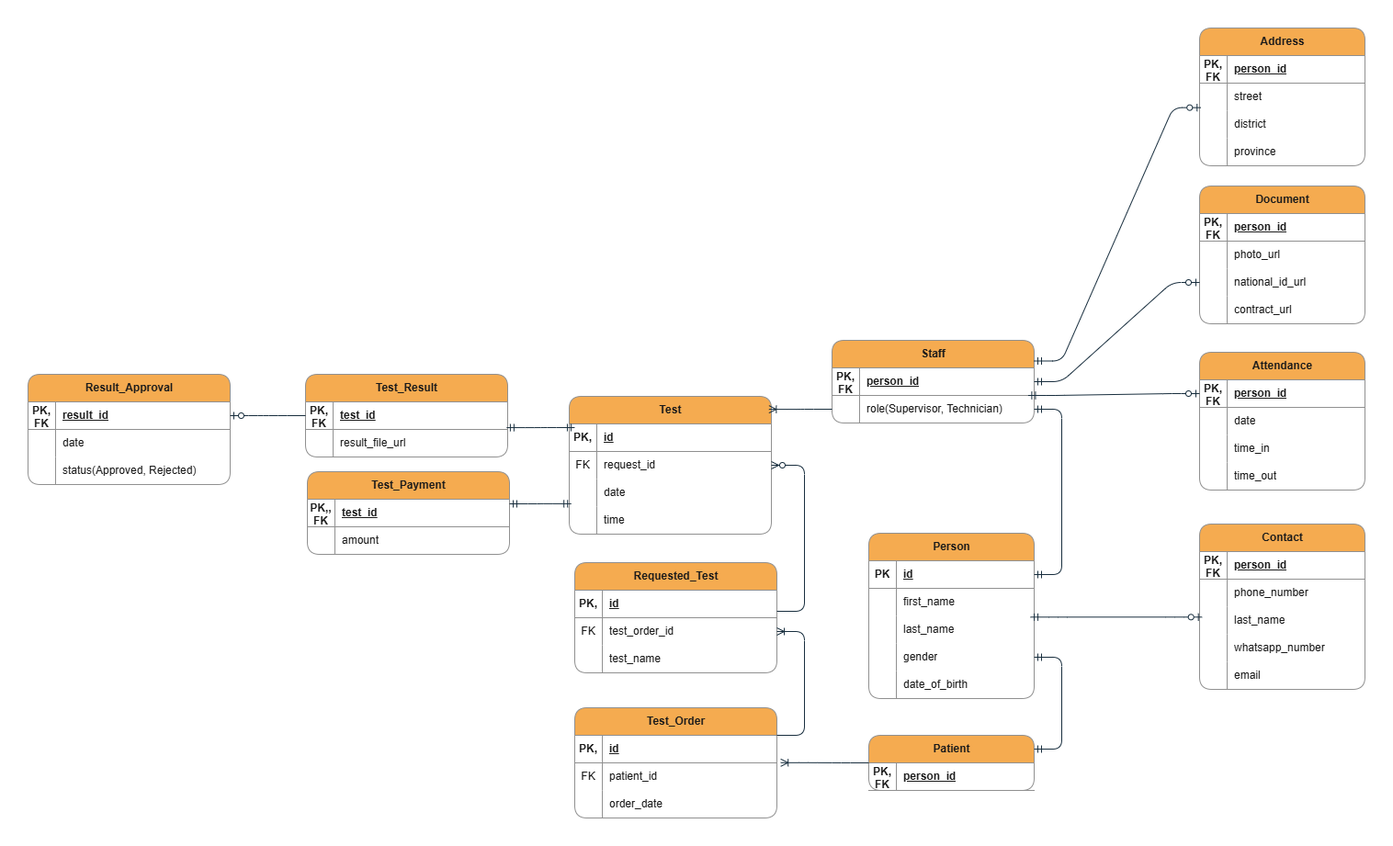
Before: Medical Laboratory Database/ERD_Files/ERD_Image.png, a diagram exported from draw.io (reza720/database-projects-collection). Source tidied: cells renumbered, new cells last; positions are measured from the earlier drawing's top-left corner, leaving out a move shared by most shapes.
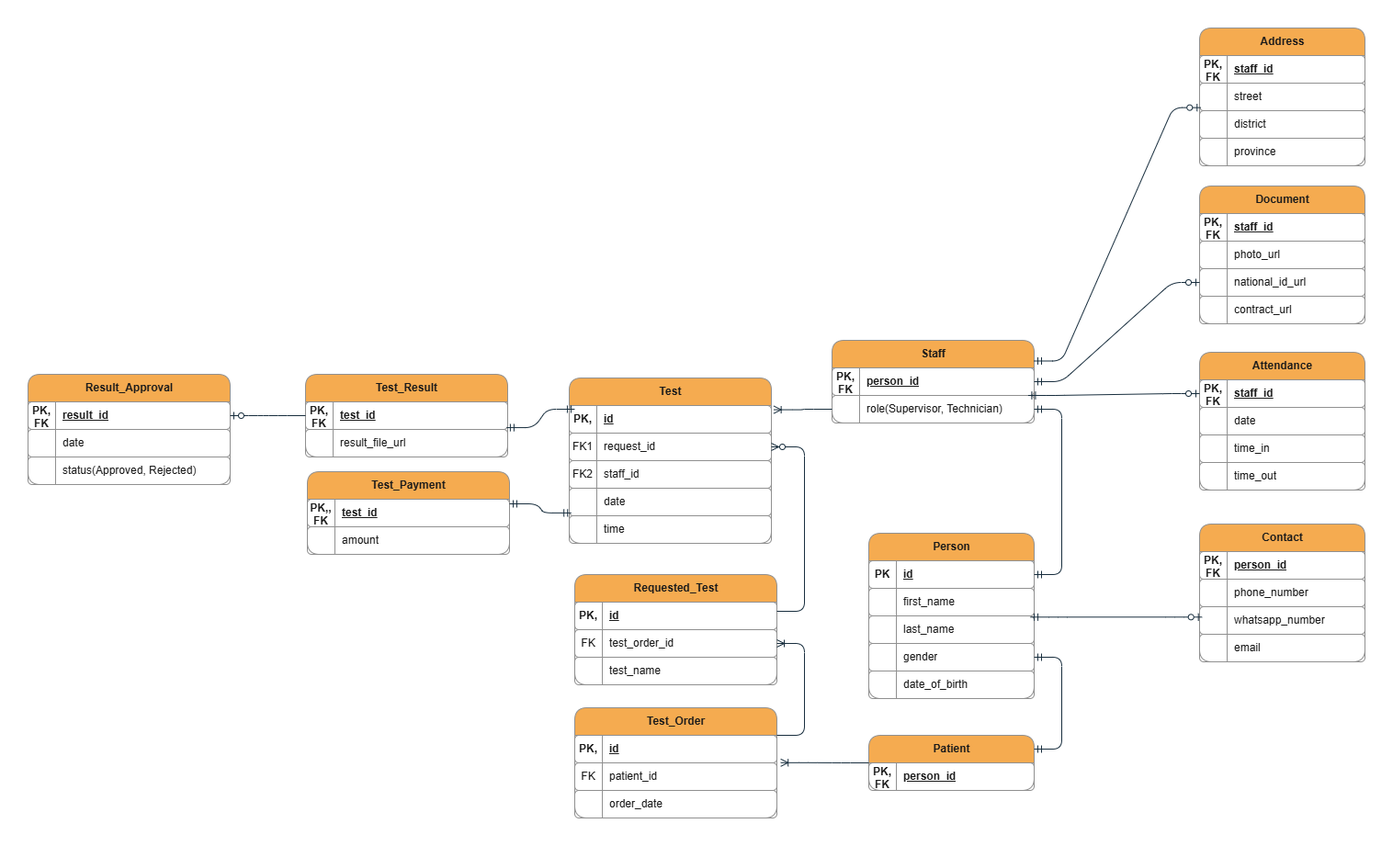
Above is the later version.

Commit message:
script folder added and ERD image updated

Change to the diagram source:
```diff
@@ -51,7 +51,7 @@
       <mxGeometry x="30" width="150" height="30" as="geometry" />
     </mxCell>
     <mxCell id="18" value="Contact" style="shape=table;startSize=30;rowLines=0;fontStyle=1;align=center;html=1;rounded=1;labelBackgroundColor=none;fillColor=#F5AB50;strokeColor=#909090;fontColor=#1A1A1A;" parent="1" vertex="1">
-      <mxGeometry x="1275" y="540" width="180" height="180" as="geometry" />
+      <mxGeometry x="1275" y="540" width="180" height="150" as="geometry" />
     </mxCell>
     <mxCell id="19" style="shape=tableRow;horizontal=0;startSize=0;swimlaneHead=0;swimlaneBody=0;fillColor=none;top=0;left=0;right=0;bottom=1;rounded=1;labelBackgroundColor=none;strokeColor=#909090;fontColor=#1A1A1A;" parent="18" vertex="1">
       <mxGeometry y="30" width="180" height="30" as="geometry" />
@@ -71,17 +71,8 @@
     <mxCell id="24" value="phone_number" style="shape=partialRectangle;fillColor=none;top=0;left=0;bottom=0;right=0;align=left;spacingLeft=6;overflow=hidden;whiteSpace=wrap;html=1;rounded=1;labelBackgroundColor=none;strokeColor=#909090;fontColor=#1A1A1A;" parent="22" vertex="1">
       <mxGeometry x="30" width="150" height="30" as="geometry" />
     </mxCell>
-    <mxCell id="25" style="shape=tableRow;horizontal=0;startSize=0;swimlaneHead=0;swimlaneBody=0;fillColor=none;points=[[0,0.5],[1,0.5]];portConstraint=eastwest;top=0;left=0;right=0;bottom=0;rounded=1;labelBackgroundColor=none;strokeColor=#909090;fontColor=#1A1A1A;" parent="18" vertex="1">
-      <mxGeometry y="90" width="180" height="30" as="geometry" />
-    </mxCell>
-    <mxCell id="26" style="shape=partialRectangle;fillColor=none;top=0;left=0;bottom=0;right=0;overflow=hidden;whiteSpace=wrap;html=1;rounded=1;labelBackgroundColor=none;strokeColor=#909090;fontColor=#1A1A1A;" parent="25" vertex="1">
-      <mxGeometry width="30" height="30" as="geometry" />
-    </mxCell>
-    <mxCell id="27" value="last_name" style="shape=partialRectangle;fillColor=none;top=0;left=0;bottom=0;right=0;align=left;spacingLeft=6;overflow=hidden;whiteSpace=wrap;html=1;rounded=1;labelBackgroundColor=none;strokeColor=#909090;fontColor=#1A1A1A;" parent="25" vertex="1">
-      <mxGeometry x="30" width="150" height="30" as="geometry" />
-    </mxCell>
     <mxCell id="28" style="shape=tableRow;horizontal=0;startSize=0;swimlaneHead=0;swimlaneBody=0;fillColor=none;top=0;left=0;right=0;bottom=0;rounded=1;labelBackgroundColor=none;strokeColor=#909090;fontColor=#1A1A1A;" parent="18" vertex="1">
-      <mxGeometry y="120" width="180" height="30" as="geometry" />
+      <mxGeometry y="90" width="180" height="30" as="geometry" />
     </mxCell>
     <mxCell id="29" style="shape=partialRectangle;fillColor=none;top=0;left=0;bottom=0;right=0;overflow=hidden;whiteSpace=wrap;html=1;rounded=1;labelBackgroundColor=none;strokeColor=#909090;fontColor=#1A1A1A;" parent="28" vertex="1">
       <mxGeometry width="30" height="30" as="geometry" />
@@ -90,7 +81,7 @@
       <mxGeometry x="30" width="150" height="30" as="geometry" />
     </mxCell>
     <mxCell id="31" style="shape=tableRow;horizontal=0;startSize=0;swimlaneHead=0;swimlaneBody=0;fillColor=none;top=0;left=0;right=0;bottom=0;rounded=1;labelBackgroundColor=none;strokeColor=#909090;fontColor=#1A1A1A;" parent="18" vertex="1">
-      <mxGeometry y="150" width="180" height="30" as="geometry" />
+      <mxGeometry y="120" width="180" height="30" as="geometry" />
     </mxCell>
     <mxCell id="32" style="shape=partialRectangle;fillColor=none;top=0;left=0;bottom=0;right=0;overflow=hidden;whiteSpace=wrap;html=1;rounded=1;labelBackgroundColor=none;strokeColor=#909090;fontColor=#1A1A1A;" parent="31" vertex="1">
       <mxGeometry width="30" height="30" as="geometry" />
@@ -146,7 +137,7 @@
     <mxCell id="49" value="PK, FK" style="shape=partialRectangle;fillColor=none;top=0;left=0;bottom=0;right=0;fontStyle=1;overflow=hidden;whiteSpace=wrap;html=1;rounded=1;labelBackgroundColor=none;strokeColor=#909090;fontColor=#1A1A1A;" parent="48" vertex="1">
       <mxGeometry width="30" height="30" as="geometry" />
     </mxCell>
-    <mxCell id="50" value="person_id" style="shape=partialRectangle;fillColor=none;top=0;left=0;bottom=0;right=0;align=left;spacingLeft=6;fontStyle=5;overflow=hidden;whiteSpace=wrap;html=1;rounded=1;labelBackgroundColor=none;strokeColor=#909090;fontColor=#1A1A1A;" parent="48" vertex="1">
+    <mxCell id="50" value="staff_id" style="shape=partialRectangle;fillColor=none;top=0;left=0;bottom=0;right=0;align=left;spacingLeft=6;fontStyle=5;overflow=hidden;whiteSpace=wrap;html=1;rounded=1;labelBackgroundColor=none;strokeColor=#909090;fontColor=#1A1A1A;" parent="48" vertex="1">
       <mxGeometry x="30" width="150" height="30" as="geometry" />
     </mxCell>
     <mxCell id="51" style="shape=tableRow;horizontal=0;startSize=0;swimlaneHead=0;swimlaneBody=0;fillColor=none;top=0;left=0;right=0;bottom=0;rounded=1;labelBackgroundColor=none;strokeColor=#909090;fontColor=#1A1A1A;" parent="47" vertex="1">
@@ -185,7 +176,7 @@
     <mxCell id="62" value="PK, FK" style="shape=partialRectangle;fillColor=none;top=0;left=0;bottom=0;right=0;fontStyle=1;overflow=hidden;whiteSpace=wrap;html=1;rounded=1;labelBackgroundColor=none;strokeColor=#909090;fontColor=#1A1A1A;" parent="61" vertex="1">
       <mxGeometry width="30" height="30" as="geometry" />
     </mxCell>
-    <mxCell id="63" value="person_id" style="shape=partialRectangle;fillColor=none;top=0;left=0;bottom=0;right=0;align=left;spacingLeft=6;fontStyle=5;overflow=hidden;whiteSpace=wrap;html=1;rounded=1;labelBackgroundColor=none;strokeColor=#909090;fontColor=#1A1A1A;" parent="61" vertex="1">
+    <mxCell id="63" value="staff_id" style="shape=partialRectangle;fillColor=none;top=0;left=0;bottom=0;right=0;align=left;spacingLeft=6;fontStyle=5;overflow=hidden;whiteSpace=wrap;html=1;rounded=1;labelBackgroundColor=none;strokeColor=#909090;fontColor=#1A1A1A;" parent="61" vertex="1">
       <mxGeometry x="30" width="150" height="30" as="geometry" />
     </mxCell>
     <mxCell id="64" style="shape=tableRow;horizontal=0;startSize=0;swimlaneHead=0;swimlaneBody=0;fillColor=none;top=0;left=0;right=0;bottom=0;rounded=1;labelBackgroundColor=none;strokeColor=#909090;fontColor=#1A1A1A;" parent="60" vertex="1">
@@ -224,7 +215,7 @@
     <mxCell id="75" value="PK, FK" style="shape=partialRectangle;fillColor=none;top=0;left=0;bottom=0;right=0;fontStyle=1;overflow=hidden;whiteSpace=wrap;html=1;rounded=1;labelBackgroundColor=none;strokeColor=#909090;fontColor=#1A1A1A;" parent="74" vertex="1">
       <mxGeometry width="30" height="30" as="geometry" />
     </mxCell>
-    <mxCell id="76" value="person_id" style="shape=partialRectangle;fillColor=none;top=0;left=0;bottom=0;right=0;align=left;spacingLeft=6;fontStyle=5;overflow=hidden;whiteSpace=wrap;html=1;rounded=1;labelBackgroundColor=none;strokeColor=#909090;fontColor=#1A1A1A;" parent="74" vertex="1">
+    <mxCell id="76" value="staff_id" style="shape=partialRectangle;fillColor=none;top=0;left=0;bottom=0;right=0;align=left;spacingLeft=6;fontStyle=5;overflow=hidden;whiteSpace=wrap;html=1;rounded=1;labelBackgroundColor=none;strokeColor=#909090;fontColor=#1A1A1A;" parent="74" vertex="1">
       <mxGeometry x="30" width="150" height="30" as="geometry" />
     </mxCell>
     <mxCell id="77" style="shape=tableRow;horizontal=0;startSize=0;swimlaneHead=0;swimlaneBody=0;fillColor=none;top=0;left=0;right=0;bottom=0;rounded=1;labelBackgroundColor=none;strokeColor=#909090;fontColor=#1A1A1A;" parent="73" vertex="1">
@@ -288,7 +279,7 @@
       <mxGeometry relative="1" as="geometry" />
     </mxCell>
     <mxCell id="97" value="Requested_Test" style="shape=table;startSize=30;rowLines=0;fontStyle=1;align=center;html=1;rounded=1;labelBackgroundColor=none;fillColor=#F5AB50;strokeColor=#909090;fontColor=#1A1A1A;" parent="1" vertex="1">
-      <mxGeometry x="595" y="582" width="220" height="120" as="geometry" />
+      <mxGeometry x="595" y="595" width="220" height="120" as="geometry" />
     </mxCell>
     <mxCell id="98" style="shape=tableRow;horizontal=0;startSize=0;swimlaneHead=0;swimlaneBody=0;fillColor=none;top=0;left=0;right=0;bottom=1;rounded=1;labelBackgroundColor=none;strokeColor=#909090;fontColor=#1A1A1A;" parent="97" vertex="1">
       <mxGeometry y="30" width="220" height="30" as="geometry" />
@@ -321,7 +312,7 @@
       <mxGeometry relative="1" as="geometry" />
     </mxCell>
     <mxCell id="108" value="Test" style="shape=table;startSize=30;rowLines=0;fontStyle=1;align=center;html=1;rounded=1;labelBackgroundColor=none;fillColor=#F5AB50;strokeColor=#909090;fontColor=#1A1A1A;" parent="1" vertex="1">
-      <mxGeometry x="589" y="401" width="220" height="150" as="geometry" />
+      <mxGeometry x="589" y="381" width="220" height="180" as="geometry" />
     </mxCell>
     <mxCell id="109" style="shape=tableRow;horizontal=0;startSize=0;swimlaneHead=0;swimlaneBody=0;fillColor=none;points=[[0,0.5],[1,0.5]];portConstraint=eastwest;top=0;left=0;right=0;bottom=1;rounded=1;labelBackgroundColor=none;strokeColor=#909090;fontColor=#1A1A1A;" parent="108" vertex="1">
       <mxGeometry y="30" width="220" height="30" as="geometry" />
@@ -335,14 +326,23 @@
     <mxCell id="112" style="shape=tableRow;horizontal=0;startSize=0;swimlaneHead=0;swimlaneBody=0;fillColor=none;points=[[0,0.5],[1,0.5]];portConstraint=eastwest;top=0;left=0;right=0;bottom=0;rounded=1;labelBackgroundColor=none;strokeColor=#909090;fontColor=#1A1A1A;" parent="108" vertex="1">
       <mxGeometry y="60" width="220" height="30" as="geometry" />
     </mxCell>
-    <mxCell id="113" value="FK" style="shape=partialRectangle;fillColor=none;top=0;left=0;bottom=0;right=0;overflow=hidden;whiteSpace=wrap;html=1;rounded=1;labelBackgroundColor=none;strokeColor=#909090;fontColor=#1A1A1A;" parent="112" vertex="1">
+    <mxCell id="113" value="FK1" style="shape=partialRectangle;fillColor=none;top=0;left=0;bottom=0;right=0;overflow=hidden;whiteSpace=wrap;html=1;rounded=1;labelBackgroundColor=none;strokeColor=#909090;fontColor=#1A1A1A;" parent="112" vertex="1">
       <mxGeometry width="30" height="30" as="geometry" />
     </mxCell>
     <mxCell id="114" value="request_id" style="shape=partialRectangle;fillColor=none;top=0;left=0;bottom=0;right=0;align=left;spacingLeft=6;overflow=hidden;whiteSpace=wrap;html=1;rounded=1;labelBackgroundColor=none;strokeColor=#909090;fontColor=#1A1A1A;" parent="112" vertex="1">
       <mxGeometry x="30" width="190" height="30" as="geometry" />
     </mxCell>
+    <mxCell id="154" style="shape=tableRow;horizontal=0;startSize=0;swimlaneHead=0;swimlaneBody=0;fillColor=none;top=0;left=0;right=0;bottom=0;rounded=1;labelBackgroundColor=none;strokeColor=#909090;fontColor=#1A1A1A;" parent="108" vertex="1">
+      <mxGeometry y="90" width="220" height="30" as="geometry" />
+    </mxCell>
+    <mxCell id="155" value="FK2" style="shape=partialRectangle;fillColor=none;top=0;left=0;bottom=0;right=0;overflow=hidden;whiteSpace=wrap;html=1;rounded=1;labelBackgroundColor=none;strokeColor=#909090;fontColor=#1A1A1A;" parent="154" vertex="1">
+      <mxGeometry width="30" height="30" as="geometry" />
+    </mxCell>
+    <mxCell id="156" value="staff_id" style="shape=partialRectangle;fillColor=none;top=0;left=0;bottom=0;right=0;align=left;spacingLeft=6;overflow=hidden;whiteSpace=wrap;html=1;rounded=1;labelBackgroundColor=none;strokeColor=#909090;fontColor=#1A1A1A;" parent="154" vertex="1">
+      <mxGeometry x="30" width="190" height="30" as="geometry" />
+    </mxCell>
     <mxCell id="115" style="shape=tableRow;horizontal=0;startSize=0;swimlaneHead=0;swimlaneBody=0;fillColor=none;points=[[0,0.5],[1,0.5]];portConstraint=eastwest;top=0;left=0;right=0;bottom=0;rounded=1;labelBackgroundColor=none;strokeColor=#909090;fontColor=#1A1A1A;" parent="108" vertex="1">
-      <mxGeometry y="90" width="220" height="30" as="geometry" />
+      <mxGeometry y="120" width="220" height="30" as="geometry" />
     </mxCell>
     <mxCell id="116" style="shape=partialRectangle;fillColor=none;top=0;left=0;bottom=0;right=0;overflow=hidden;whiteSpace=wrap;html=1;rounded=1;labelBackgroundColor=none;strokeColor=#909090;fontColor=#1A1A1A;" parent="115" vertex="1">
       <mxGeometry width="30" height="30" as="geometry" />
@@ -351,7 +351,7 @@
       <mxGeometry x="30" width="190" height="30" as="geometry" />
     </mxCell>
     <mxCell id="118" style="shape=tableRow;horizontal=0;startSize=0;swimlaneHead=0;swimlaneBody=0;fillColor=none;top=0;left=0;right=0;bottom=0;rounded=1;labelBackgroundColor=none;strokeColor=#909090;fontColor=#1A1A1A;" parent="108" vertex="1">
-      <mxGeometry y="120" width="220" height="30" as="geometry" />
+      <mxGeometry y="150" width="220" height="30" as="geometry" />
     </mxCell>
     <mxCell id="119" style="shape=partialRectangle;fillColor=none;top=0;left=0;bottom=0;right=0;overflow=hidden;whiteSpace=wrap;html=1;rounded=1;labelBackgroundColor=none;strokeColor=#909090;fontColor=#1A1A1A;" parent="118" vertex="1">
       <mxGeometry width="30" height="30" as="geometry" />
@@ -359,7 +359,7 @@
     <mxCell id="120" value="time" style="shape=partialRectangle;fillColor=none;top=0;left=0;bottom=0;right=0;align=left;spacingLeft=6;overflow=hidden;whiteSpace=wrap;html=1;rounded=1;labelBackgroundColor=none;strokeColor=#909090;fontColor=#1A1A1A;" parent="118" vertex="1">
       <mxGeometry x="30" width="190" height="30" as="geometry" />
     </mxCell>
-    <mxCell id="121" style="edgeStyle=entityRelationEdgeStyle;fontSize=12;html=1;endArrow=ERoneToMany;rounded=1;exitX=0;exitY=0.5;exitDx=0;exitDy=0;entryX=0.988;entryY=0.094;entryDx=0;entryDy=0;entryPerimeter=0;labelBackgroundColor=none;strokeColor=#182E3E;fontColor=default;" parent="1" edge="1" source="38" target="108">
+    <mxCell id="121" style="edgeStyle=entityRelationEdgeStyle;fontSize=12;html=1;endArrow=ERoneToMany;rounded=1;exitX=0;exitY=0.5;exitDx=0;exitDy=0;entryX=1.012;entryY=0.152;entryDx=0;entryDy=0;entryPerimeter=0;labelBackgroundColor=none;strokeColor=#182E3E;fontColor=default;" parent="1" edge="1" source="38" target="109">
       <mxGeometry relative="1" as="geometry" />
     </mxCell>
     <mxCell id="122" value="Test_Result" style="shape=table;startSize=30;rowLines=0;fontStyle=1;align=center;html=1;rounded=1;labelBackgroundColor=none;fillColor=#F5AB50;strokeColor=#909090;fontColor=#1A1A1A;" parent="1" vertex="1">
@@ -452,8 +452,10 @@
     <mxCell id="151" style="edgeStyle=entityRelationEdgeStyle;fontSize=12;html=1;endArrow=ERzeroToOne;startArrow=ERmandOne;rounded=1;strokeColor=#182E3E;fontColor=#1A1A1A;exitX=0.97;exitY=0;exitDx=0;exitDy=0;exitPerimeter=0;entryX=0;entryY=0.5;entryDx=0;entryDy=0;" parent="1" edge="1" source="38" target="74">
       <mxGeometry relative="1" as="geometry" />
     </mxCell>
-    <mxCell id="152" style="edgeStyle=entityRelationEdgeStyle;fontSize=12;html=1;endArrow=ERzeroToOne;startArrow=ERmandOne;rounded=1;strokeColor=#182E3E;fontColor=#1A1A1A;entryX=0.015;entryY=0.377;entryDx=0;entryDy=0;entryPerimeter=0;exitX=0.978;exitY=0.044;exitDx=0;exitDy=0;exitPerimeter=0;" parent="1" edge="1" source="9" target="25">
-      <mxGeometry relative="1" as="geometry" />
+    <mxCell id="152" style="edgeStyle=entityRelationEdgeStyle;fontSize=12;html=1;endArrow=ERzeroToOne;startArrow=ERmandOne;rounded=1;strokeColor=#182E3E;fontColor=#1A1A1A;entryX=0.015;entryY=0.377;entryDx=0;entryDy=0;entryPerimeter=0;exitX=0.978;exitY=0.044;exitDx=0;exitDy=0;exitPerimeter=0;" parent="1" edge="1" source="9">
+      <mxGeometry relative="1" as="geometry">
+        <mxPoint x="1277.7" y="641.3" as="targetPoint" />
+      </mxGeometry>
     </mxCell>
     <mxCell id="153" style="edgeStyle=entityRelationEdgeStyle;fontSize=12;html=1;endArrow=ERzeroToMany;endFill=1;rounded=1;strokeColor=#182E3E;fontColor=#1A1A1A;entryX=1;entryY=0.5;entryDx=0;entryDy=0;" parent="1" edge="1" target="112">
       <mxGeometry relative="1" as="geometry">
```
